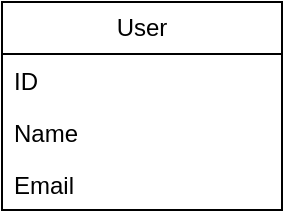
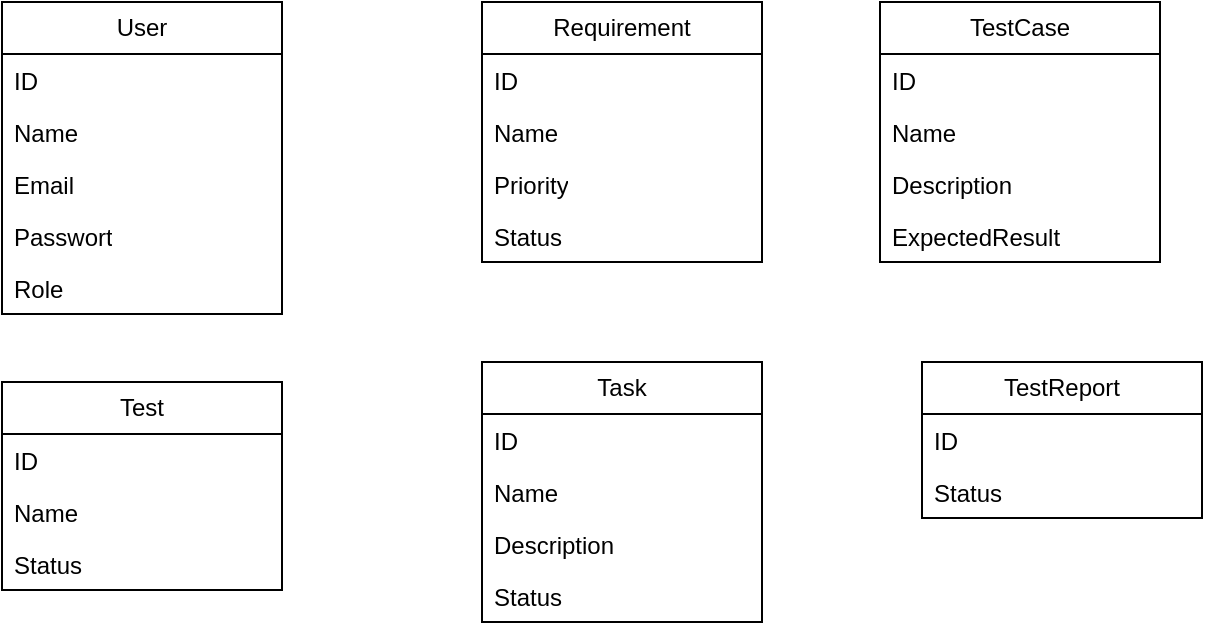
<mxfile host="app.diagrams.net" agent="Mozilla/5.0 (Macintosh; Intel Mac OS X 10_15_7) AppleWebKit/605.1.15 (KHTML, like Gecko) Version/26.2 Safari/605.1.15" version="29.6.4">
  <diagram name="Page-1" id="9UJmMtd8jPqIVRHSLT7q">
    <mxGraphModel dx="946" dy="642" grid="1" gridSize="10" guides="1" tooltips="1" connect="1" arrows="1" fold="1" page="1" pageScale="1" pageWidth="827" pageHeight="1169" math="0" shadow="0">
      <root>
        <mxCell id="0" />
        <mxCell id="1" parent="0" />
        <mxCell id="j4pG7-vl0huJbFuu1q33-1" parent="1" style="swimlane;fontStyle=0;childLayout=stackLayout;horizontal=1;startSize=26;fillColor=none;horizontalStack=0;resizeParent=1;resizeParentMax=0;resizeLast=0;collapsible=1;marginBottom=0;whiteSpace=wrap;html=1;" value="User" vertex="1">
-           <mxGeometry height="104" width="140" x="70" y="100" as="geometry" />
+           <mxGeometry height="156" width="140" x="70" y="100" as="geometry" />
        </mxCell>
        <mxCell id="j4pG7-vl0huJbFuu1q33-2" parent="j4pG7-vl0huJbFuu1q33-1" style="text;strokeColor=none;fillColor=none;align=left;verticalAlign=top;spacingLeft=4;spacingRight=4;overflow=hidden;rotatable=0;points=[[0,0.5],[1,0.5]];portConstraint=eastwest;whiteSpace=wrap;html=1;" value="ID" vertex="1">
          <mxGeometry height="26" width="140" y="26" as="geometry" />
        </mxCell>
        <mxCell id="j4pG7-vl0huJbFuu1q33-3" parent="j4pG7-vl0huJbFuu1q33-1" style="text;strokeColor=none;fillColor=none;align=left;verticalAlign=top;spacingLeft=4;spacingRight=4;overflow=hidden;rotatable=0;points=[[0,0.5],[1,0.5]];portConstraint=eastwest;whiteSpace=wrap;html=1;" value="Name" vertex="1">
          <mxGeometry height="26" width="140" y="52" as="geometry" />
        </mxCell>
        <mxCell id="j4pG7-vl0huJbFuu1q33-4" parent="j4pG7-vl0huJbFuu1q33-1" style="text;strokeColor=none;fillColor=none;align=left;verticalAlign=top;spacingLeft=4;spacingRight=4;overflow=hidden;rotatable=0;points=[[0,0.5],[1,0.5]];portConstraint=eastwest;whiteSpace=wrap;html=1;" value="Email" vertex="1">
          <mxGeometry height="26" width="140" y="78" as="geometry" />
        </mxCell>
+         <mxCell id="o-WvR14eICfOpZ58rvUq-1" parent="j4pG7-vl0huJbFuu1q33-1" style="text;strokeColor=none;fillColor=none;align=left;verticalAlign=top;spacingLeft=4;spacingRight=4;overflow=hidden;rotatable=0;points=[[0,0.5],[1,0.5]];portConstraint=eastwest;whiteSpace=wrap;html=1;" value="Passwort" vertex="1">
+           <mxGeometry height="26" width="140" y="104" as="geometry" />
+         </mxCell>
+         <mxCell id="o-WvR14eICfOpZ58rvUq-2" parent="j4pG7-vl0huJbFuu1q33-1" style="text;strokeColor=none;fillColor=none;align=left;verticalAlign=top;spacingLeft=4;spacingRight=4;overflow=hidden;rotatable=0;points=[[0,0.5],[1,0.5]];portConstraint=eastwest;whiteSpace=wrap;html=1;" value="Role" vertex="1">
+           <mxGeometry height="26" width="140" y="130" as="geometry" />
+         </mxCell>
+         <mxCell id="o-WvR14eICfOpZ58rvUq-3" parent="1" style="swimlane;fontStyle=0;childLayout=stackLayout;horizontal=1;startSize=26;fillColor=none;horizontalStack=0;resizeParent=1;resizeParentMax=0;resizeLast=0;collapsible=1;marginBottom=0;whiteSpace=wrap;html=1;" value="Requirement" vertex="1">
+           <mxGeometry height="130" width="140" x="310" y="100" as="geometry" />
+         </mxCell>
+         <mxCell id="o-WvR14eICfOpZ58rvUq-4" parent="o-WvR14eICfOpZ58rvUq-3" style="text;strokeColor=none;fillColor=none;align=left;verticalAlign=top;spacingLeft=4;spacingRight=4;overflow=hidden;rotatable=0;points=[[0,0.5],[1,0.5]];portConstraint=eastwest;whiteSpace=wrap;html=1;" value="ID" vertex="1">
+           <mxGeometry height="26" width="140" y="26" as="geometry" />
+         </mxCell>
+         <mxCell id="o-WvR14eICfOpZ58rvUq-5" parent="o-WvR14eICfOpZ58rvUq-3" style="text;strokeColor=none;fillColor=none;align=left;verticalAlign=top;spacingLeft=4;spacingRight=4;overflow=hidden;rotatable=0;points=[[0,0.5],[1,0.5]];portConstraint=eastwest;whiteSpace=wrap;html=1;" value="Name" vertex="1">
+           <mxGeometry height="26" width="140" y="52" as="geometry" />
+         </mxCell>
+         <mxCell id="o-WvR14eICfOpZ58rvUq-6" parent="o-WvR14eICfOpZ58rvUq-3" style="text;strokeColor=none;fillColor=none;align=left;verticalAlign=top;spacingLeft=4;spacingRight=4;overflow=hidden;rotatable=0;points=[[0,0.5],[1,0.5]];portConstraint=eastwest;whiteSpace=wrap;html=1;" value="Priority" vertex="1">
+           <mxGeometry height="26" width="140" y="78" as="geometry" />
+         </mxCell>
+         <mxCell id="o-WvR14eICfOpZ58rvUq-7" parent="o-WvR14eICfOpZ58rvUq-3" style="text;strokeColor=none;fillColor=none;align=left;verticalAlign=top;spacingLeft=4;spacingRight=4;overflow=hidden;rotatable=0;points=[[0,0.5],[1,0.5]];portConstraint=eastwest;whiteSpace=wrap;html=1;" value="Status" vertex="1">
+           <mxGeometry height="26" width="140" y="104" as="geometry" />
+         </mxCell>
+         <mxCell id="o-WvR14eICfOpZ58rvUq-9" parent="1" style="swimlane;fontStyle=0;childLayout=stackLayout;horizontal=1;startSize=26;fillColor=none;horizontalStack=0;resizeParent=1;resizeParentMax=0;resizeLast=0;collapsible=1;marginBottom=0;whiteSpace=wrap;html=1;" value="TestCase" vertex="1">
+           <mxGeometry height="130" width="140" x="509" y="100" as="geometry" />
+         </mxCell>
+         <mxCell id="o-WvR14eICfOpZ58rvUq-10" parent="o-WvR14eICfOpZ58rvUq-9" style="text;strokeColor=none;fillColor=none;align=left;verticalAlign=top;spacingLeft=4;spacingRight=4;overflow=hidden;rotatable=0;points=[[0,0.5],[1,0.5]];portConstraint=eastwest;whiteSpace=wrap;html=1;" value="ID" vertex="1">
+           <mxGeometry height="26" width="140" y="26" as="geometry" />
+         </mxCell>
+         <mxCell id="o-WvR14eICfOpZ58rvUq-11" parent="o-WvR14eICfOpZ58rvUq-9" style="text;strokeColor=none;fillColor=none;align=left;verticalAlign=top;spacingLeft=4;spacingRight=4;overflow=hidden;rotatable=0;points=[[0,0.5],[1,0.5]];portConstraint=eastwest;whiteSpace=wrap;html=1;" value="Name" vertex="1">
+           <mxGeometry height="26" width="140" y="52" as="geometry" />
+         </mxCell>
+         <mxCell id="o-WvR14eICfOpZ58rvUq-12" parent="o-WvR14eICfOpZ58rvUq-9" style="text;strokeColor=none;fillColor=none;align=left;verticalAlign=top;spacingLeft=4;spacingRight=4;overflow=hidden;rotatable=0;points=[[0,0.5],[1,0.5]];portConstraint=eastwest;whiteSpace=wrap;html=1;" value="Description" vertex="1">
+           <mxGeometry height="26" width="140" y="78" as="geometry" />
+         </mxCell>
+         <mxCell id="o-WvR14eICfOpZ58rvUq-13" parent="o-WvR14eICfOpZ58rvUq-9" style="text;strokeColor=none;fillColor=none;align=left;verticalAlign=top;spacingLeft=4;spacingRight=4;overflow=hidden;rotatable=0;points=[[0,0.5],[1,0.5]];portConstraint=eastwest;whiteSpace=wrap;html=1;" value="ExpectedResult" vertex="1">
+           <mxGeometry height="26" width="140" y="104" as="geometry" />
+         </mxCell>
+         <mxCell id="o-WvR14eICfOpZ58rvUq-14" parent="1" style="swimlane;fontStyle=0;childLayout=stackLayout;horizontal=1;startSize=26;fillColor=none;horizontalStack=0;resizeParent=1;resizeParentMax=0;resizeLast=0;collapsible=1;marginBottom=0;whiteSpace=wrap;html=1;" value="Test" vertex="1">
+           <mxGeometry height="104" width="140" x="70" y="290" as="geometry" />
+         </mxCell>
+         <mxCell id="o-WvR14eICfOpZ58rvUq-15" parent="o-WvR14eICfOpZ58rvUq-14" style="text;strokeColor=none;fillColor=none;align=left;verticalAlign=top;spacingLeft=4;spacingRight=4;overflow=hidden;rotatable=0;points=[[0,0.5],[1,0.5]];portConstraint=eastwest;whiteSpace=wrap;html=1;" value="ID" vertex="1">
+           <mxGeometry height="26" width="140" y="26" as="geometry" />
+         </mxCell>
+         <mxCell id="o-WvR14eICfOpZ58rvUq-16" parent="o-WvR14eICfOpZ58rvUq-14" style="text;strokeColor=none;fillColor=none;align=left;verticalAlign=top;spacingLeft=4;spacingRight=4;overflow=hidden;rotatable=0;points=[[0,0.5],[1,0.5]];portConstraint=eastwest;whiteSpace=wrap;html=1;" value="Name" vertex="1">
+           <mxGeometry height="26" width="140" y="52" as="geometry" />
+         </mxCell>
+         <mxCell id="o-WvR14eICfOpZ58rvUq-17" parent="o-WvR14eICfOpZ58rvUq-14" style="text;strokeColor=none;fillColor=none;align=left;verticalAlign=top;spacingLeft=4;spacingRight=4;overflow=hidden;rotatable=0;points=[[0,0.5],[1,0.5]];portConstraint=eastwest;whiteSpace=wrap;html=1;" value="Status" vertex="1">
+           <mxGeometry height="26" width="140" y="78" as="geometry" />
+         </mxCell>
+         <mxCell id="o-WvR14eICfOpZ58rvUq-19" parent="1" style="swimlane;fontStyle=0;childLayout=stackLayout;horizontal=1;startSize=26;fillColor=none;horizontalStack=0;resizeParent=1;resizeParentMax=0;resizeLast=0;collapsible=1;marginBottom=0;whiteSpace=wrap;html=1;" value="Task" vertex="1">
+           <mxGeometry height="130" width="140" x="310" y="280" as="geometry" />
+         </mxCell>
+         <mxCell id="o-WvR14eICfOpZ58rvUq-20" parent="o-WvR14eICfOpZ58rvUq-19" style="text;strokeColor=none;fillColor=none;align=left;verticalAlign=top;spacingLeft=4;spacingRight=4;overflow=hidden;rotatable=0;points=[[0,0.5],[1,0.5]];portConstraint=eastwest;whiteSpace=wrap;html=1;" value="ID" vertex="1">
+           <mxGeometry height="26" width="140" y="26" as="geometry" />
+         </mxCell>
+         <mxCell id="o-WvR14eICfOpZ58rvUq-21" parent="o-WvR14eICfOpZ58rvUq-19" style="text;strokeColor=none;fillColor=none;align=left;verticalAlign=top;spacingLeft=4;spacingRight=4;overflow=hidden;rotatable=0;points=[[0,0.5],[1,0.5]];portConstraint=eastwest;whiteSpace=wrap;html=1;" value="Name" vertex="1">
+           <mxGeometry height="26" width="140" y="52" as="geometry" />
+         </mxCell>
+         <mxCell id="o-WvR14eICfOpZ58rvUq-22" parent="o-WvR14eICfOpZ58rvUq-19" style="text;strokeColor=none;fillColor=none;align=left;verticalAlign=top;spacingLeft=4;spacingRight=4;overflow=hidden;rotatable=0;points=[[0,0.5],[1,0.5]];portConstraint=eastwest;whiteSpace=wrap;html=1;" value="Description" vertex="1">
+           <mxGeometry height="26" width="140" y="78" as="geometry" />
+         </mxCell>
+         <mxCell id="o-WvR14eICfOpZ58rvUq-23" parent="o-WvR14eICfOpZ58rvUq-19" style="text;strokeColor=none;fillColor=none;align=left;verticalAlign=top;spacingLeft=4;spacingRight=4;overflow=hidden;rotatable=0;points=[[0,0.5],[1,0.5]];portConstraint=eastwest;whiteSpace=wrap;html=1;" value="Status" vertex="1">
+           <mxGeometry height="26" width="140" y="104" as="geometry" />
+         </mxCell>
+         <mxCell id="o-WvR14eICfOpZ58rvUq-24" parent="1" style="swimlane;fontStyle=0;childLayout=stackLayout;horizontal=1;startSize=26;fillColor=none;horizontalStack=0;resizeParent=1;resizeParentMax=0;resizeLast=0;collapsible=1;marginBottom=0;whiteSpace=wrap;html=1;" value="TestReport" vertex="1">
+           <mxGeometry height="78" width="140" x="530" y="280" as="geometry" />
+         </mxCell>
+         <mxCell id="o-WvR14eICfOpZ58rvUq-25" parent="o-WvR14eICfOpZ58rvUq-24" style="text;strokeColor=none;fillColor=none;align=left;verticalAlign=top;spacingLeft=4;spacingRight=4;overflow=hidden;rotatable=0;points=[[0,0.5],[1,0.5]];portConstraint=eastwest;whiteSpace=wrap;html=1;" value="ID" vertex="1">
+           <mxGeometry height="26" width="140" y="26" as="geometry" />
+         </mxCell>
+         <mxCell id="o-WvR14eICfOpZ58rvUq-27" parent="o-WvR14eICfOpZ58rvUq-24" style="text;strokeColor=none;fillColor=none;align=left;verticalAlign=top;spacingLeft=4;spacingRight=4;overflow=hidden;rotatable=0;points=[[0,0.5],[1,0.5]];portConstraint=eastwest;whiteSpace=wrap;html=1;" value="Status" vertex="1">
+           <mxGeometry height="26" width="140" y="52" as="geometry" />
+         </mxCell>
      </root>
    </mxGraphModel>
  </diagram>
</mxfile>
